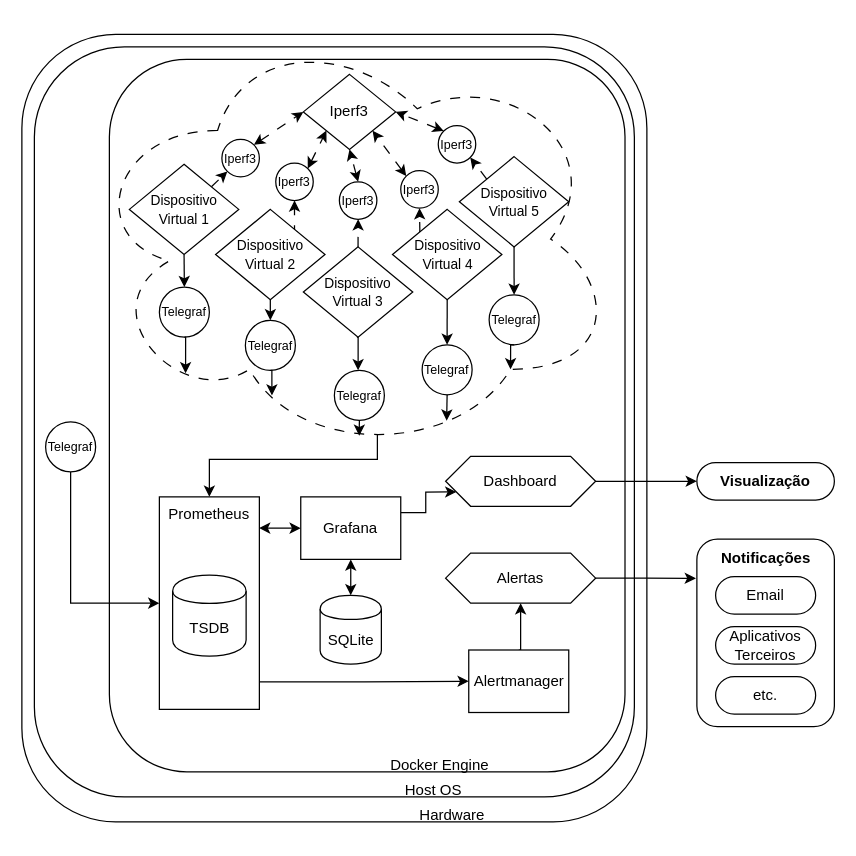
Earlier version of the draw.io diagram texto/Diagrams/v4-prometheus/v4_diagram_all_components.drawio (vitorco7/saturmon). Source tidied: cells renumbered, new cells numbered last; positions are measured from the earlier drawing's top-left corner, leaving out a move shared by most shapes. Both pictures are drawn from the tidied source at 125%, with x=0, y=0 at pixel (21, 21). Pictures stored in the file or linked from it are replaced by grey dashed boxes.
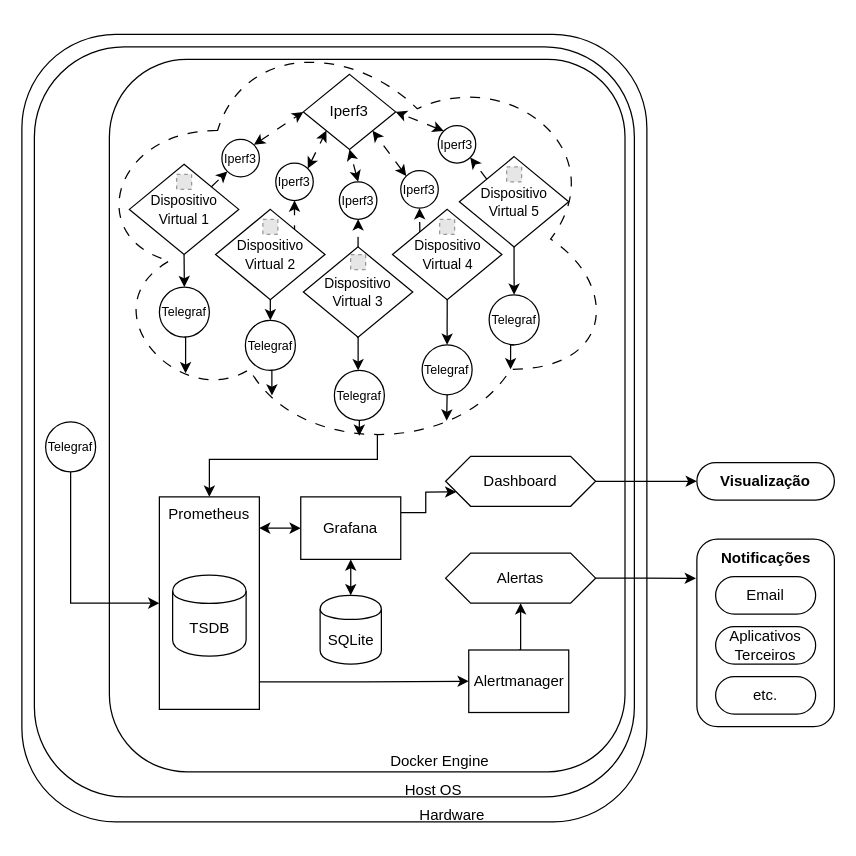
Above is the later version.

Diff of the diagram source:
```diff
@@
     <mxCell id="20" value="&lt;div&gt;Docker Engine&lt;/div&gt;" style="text;html=1;align=center;verticalAlign=middle;strokeColor=none;fillColor=none;shadow=0;" parent="1" vertex="1">
-      <mxGeometry x="284" y="580" width="100" height="30" as="geometry" />
+      <mxGeometry x="284" y="577" width="100" height="30" as="geometry" />
     </mxCell>
@@
+    <mxCell id="68" style="fillColor=#E6E6E6;strokeColor=#999999;dashed=1;verticalLabelPosition=bottom;labelBackgroundColor=default;verticalAlign=top;" parent="1" vertex="1">
+      <mxGeometry x="123.8" y="121.9" width="12" height="12" as="geometry" />
+    </mxCell>
+    <mxCell id="69" style="fillColor=#E6E6E6;strokeColor=#999999;dashed=1;verticalLabelPosition=bottom;labelBackgroundColor=default;verticalAlign=top;" parent="1" vertex="1">
+      <mxGeometry x="192.8" y="157.9" width="12" height="12" as="geometry" />
+    </mxCell>
+    <mxCell id="70" style="fillColor=#E6E6E6;strokeColor=#999999;dashed=1;verticalLabelPosition=bottom;labelBackgroundColor=default;verticalAlign=top;" parent="1" vertex="1">
+      <mxGeometry x="263" y="186.1" width="12" height="12" as="geometry" />
+    </mxCell>
+    <mxCell id="71" style="fillColor=#E6E6E6;strokeColor=#999999;dashed=1;verticalLabelPosition=bottom;labelBackgroundColor=default;verticalAlign=top;" parent="1" vertex="1">
+      <mxGeometry x="334.2" y="157.9" width="12" height="12" as="geometry" />
+    </mxCell>
+    <mxCell id="72" style="fillColor=#E6E6E6;strokeColor=#999999;dashed=1;verticalLabelPosition=bottom;labelBackgroundColor=default;verticalAlign=top;" parent="1" vertex="1">
+      <mxGeometry x="387.8" y="115.9" width="12" height="12" as="geometry" />
+    </mxCell>
```
